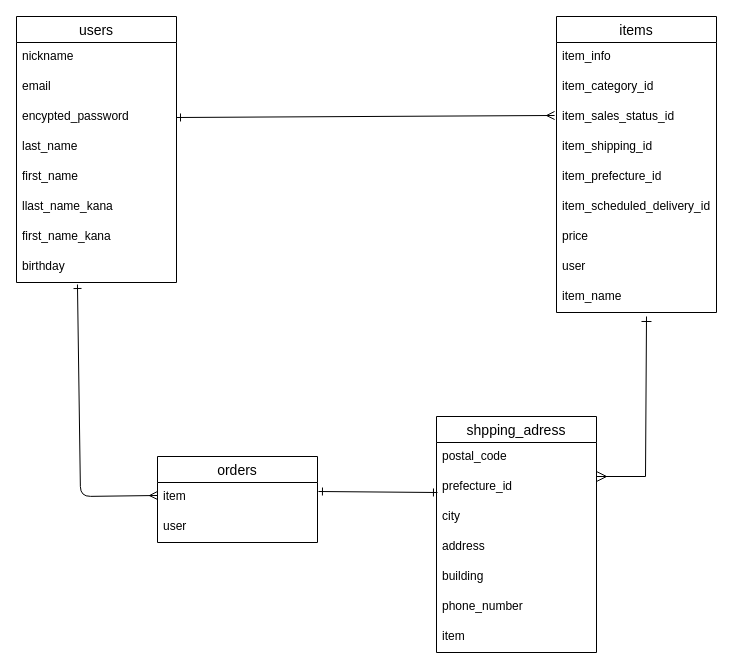
Earlier version of the draw.io diagram test.dio (tamurakenta/furima-39688). Source tidied: cells renumbered, new cells numbered last; positions are measured from the earlier drawing's top-left corner, leaving out a move shared by most shapes. Both pictures are drawn from the tidied source at 100%, with x=0, y=0 at pixel (16, 16).
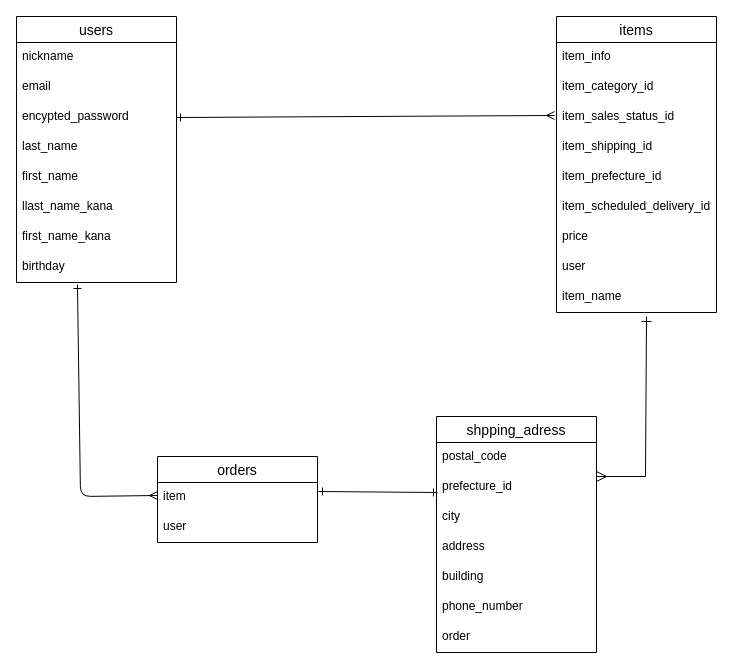
Above is the later version.

The change refers to these unchanged cells:
```xml
<mxCell id="24" value="shpping_adress" style="swimlane;fontStyle=0;horizontal=1;startSize=26;align=center;fontSize=14;rounded=0;" parent="1" vertex="1">
  <mxGeometry x="420" y="400" width="160" height="236" as="geometry" />
</mxCell>
```

What changed in the source:
```diff
@@
-    <mxCell id="31" value="item" style="text;strokeColor=none;fillColor=none;spacingLeft=4;spacingRight=4;overflow=hidden;fontSize=12;rounded=0;" parent="24" vertex="1">
+    <mxCell id="31" value="order" style="text;strokeColor=none;fillColor=none;spacingLeft=4;spacingRight=4;overflow=hidden;fontSize=12;rounded=0;" parent="24" vertex="1">
       <mxGeometry y="206" width="160" height="30" as="geometry" />
     </mxCell>
```
